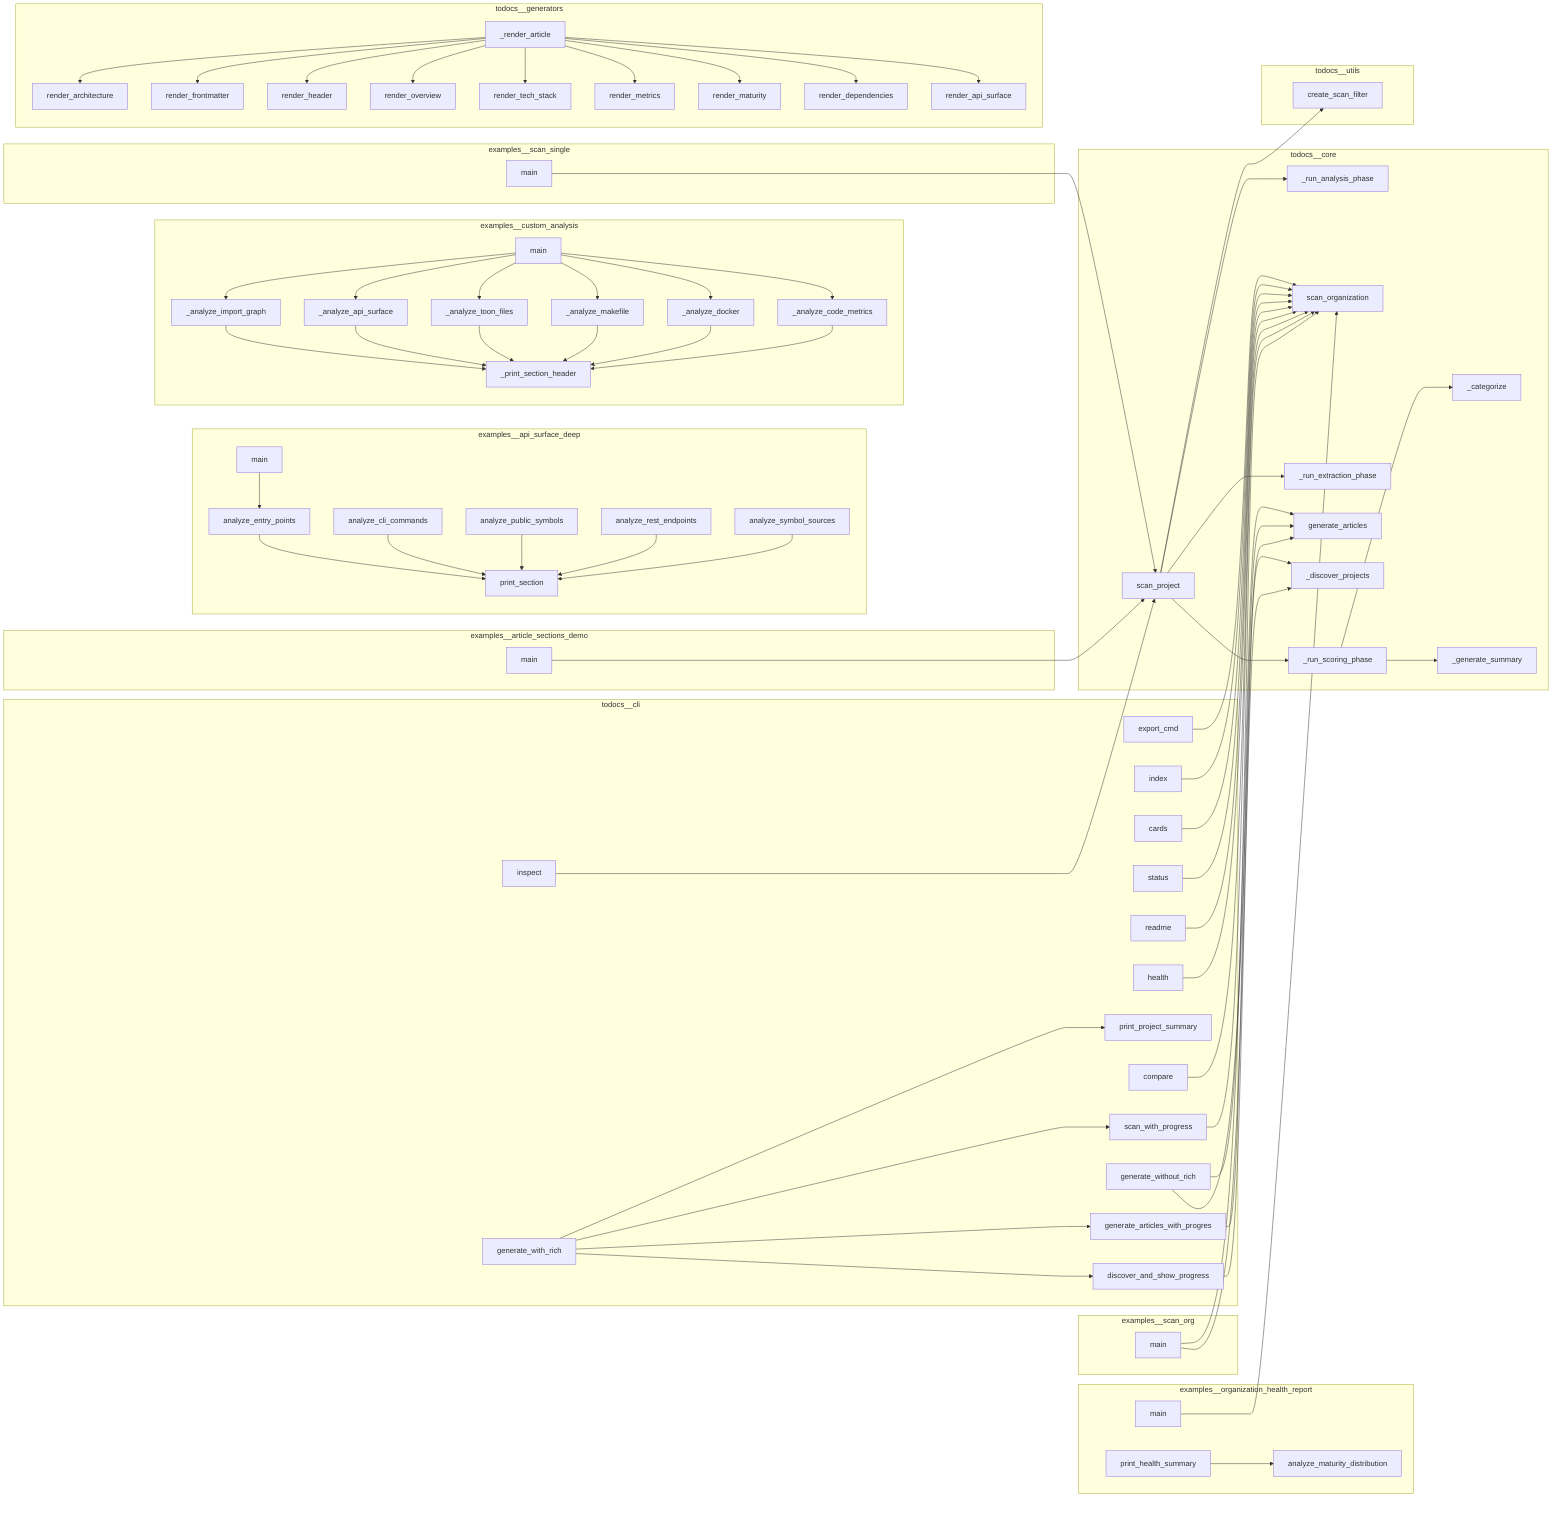
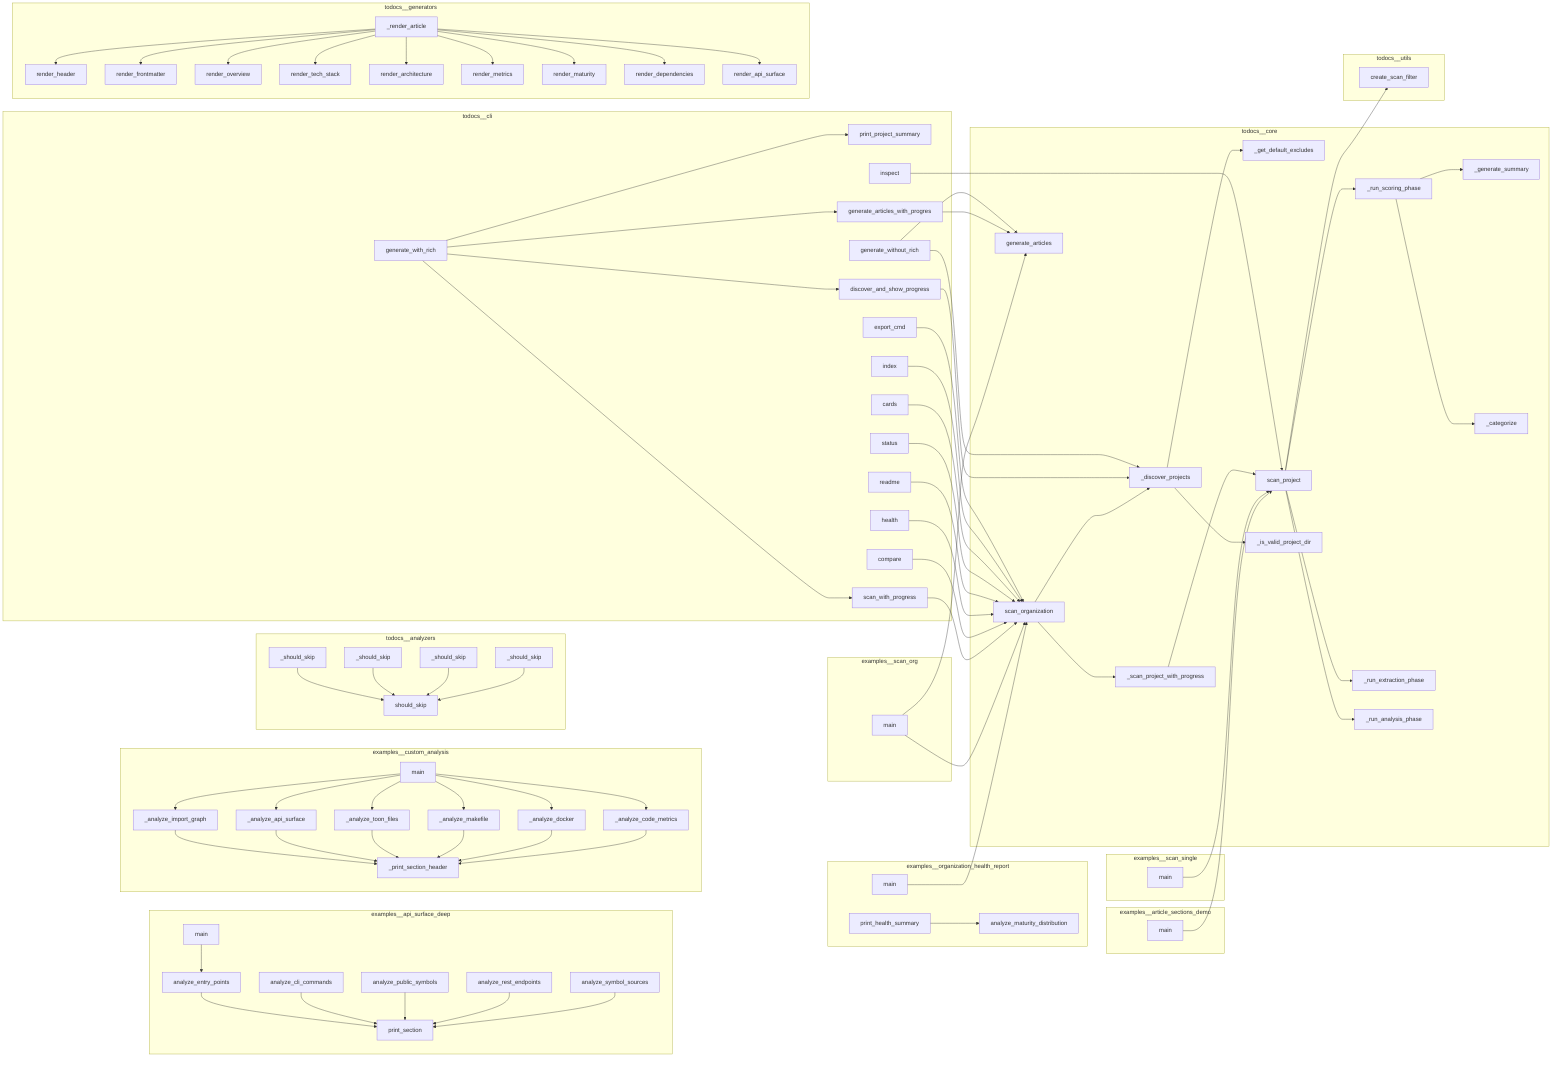
flowchart LR
    subgraph examples__api_surface_deep
        examples__api_surface_deep__main["main"]
+         examples__api_surface_deep__print_section["print_section"]
+         examples__api_surface_deep__analyze_symbol_sources["analyze_symbol_sources"]
+         examples__api_surface_deep__analyze_public_symbols["analyze_public_symbols"]
+         examples__api_surface_deep__analyze_entry_points["analyze_entry_points"]
        examples__api_surface_deep__analyze_cli_commands["analyze_cli_commands"]
-         examples__api_surface_deep__analyze_symbol_sources["analyze_symbol_sources"]
        examples__api_surface_deep__analyze_rest_endpoints["analyze_rest_endpoints"]
-         examples__api_surface_deep__analyze_public_symbols["analyze_public_symbols"]
-         examples__api_surface_deep__print_section["print_section"]
-         examples__api_surface_deep__analyze_entry_points["analyze_entry_points"]
    end
    subgraph examples__article_sections_demo
        examples__article_sections_demo__main["main"]
    end
    subgraph examples__custom_analysis
+         examples__custom_analysis__main["main"]
+         examples__custom_analysis___analyze_docker["_analyze_docker"]
+         examples__custom_analysis___analyze_import_graph["_analyze_import_graph"]
+         examples__custom_analysis___analyze_code_metrics["_analyze_code_metrics"]
        examples__custom_analysis___analyze_api_surface["_analyze_api_surface"]
+         examples__custom_analysis___analyze_toon_files["_analyze_toon_files"]
        examples__custom_analysis___print_section_header["_print_section_header"]
        examples__custom_analysis___analyze_makefile["_analyze_makefile"]
-         examples__custom_analysis___analyze_toon_files["_analyze_toon_files"]
-         examples__custom_analysis__main["main"]
-         examples__custom_analysis___analyze_code_metrics["_analyze_code_metrics"]
-         examples__custom_analysis___analyze_import_graph["_analyze_import_graph"]
-         examples__custom_analysis___analyze_docker["_analyze_docker"]
    end
    subgraph examples__organization_health_report
+         examples__organization_health_report__analyze_maturity_distribution["analyze_maturity_distribution"]
+         examples__organization_health_report__main["main"]
        examples__organization_health_report__print_health_summary["print_health_summary"]
-         examples__organization_health_report__main["main"]
-         examples__organization_health_report__analyze_maturity_distribution["analyze_maturity_distribution"]
    end
    subgraph examples__scan_org
        examples__scan_org__main["main"]
    end
    subgraph examples__scan_single
        examples__scan_single__main["main"]
    end
+     subgraph todocs__analyzers
+         todocs__analyzers__api_surface__APISurfaceAnalyzer___should_skip["_should_skip"]
+         todocs__analyzers__code_metrics__CodeMetricsAnalyzer___should_skip["_should_skip"]
+         todocs__analyzers__import_graph__ImportGraphAnalyzer___should_skip["_should_skip"]
+         todocs__analyzers__utils__should_skip["should_skip"]
+         todocs__analyzers__structure__StructureAnalyzer___should_skip["_should_skip"]
+     end
    subgraph todocs__cli
+         todocs__cli__progress__print_project_summary["print_project_summary"]
+         todocs__cli__progress__scan_with_progress["scan_with_progress"]
+         todocs__cli__progress__generate_without_rich["generate_without_rich"]
+         todocs__cli__commands__index["index"]
+         todocs__cli__progress__generate_articles_with_progress["generate_articles_with_progres"]
+         todocs__cli__progress__discover_and_show_progress["discover_and_show_progress"]
+         todocs__cli__progress__generate_with_rich["generate_with_rich"]
        todocs__cli__commands__compare["compare"]
-         todocs__cli__progress__discover_and_show_progress["discover_and_show_progress"]
-         todocs__cli__progress__generate_articles_with_progress["generate_articles_with_progres"]
-         todocs__cli__progress__scan_with_progress["scan_with_progress"]
+         todocs__cli__commands__health["health"]
+         todocs__cli__commands__status["status"]
+         todocs__cli__commands__export_cmd["export_cmd"]
+         todocs__cli__commands__inspect["inspect"]
        todocs__cli__commands__cards["cards"]
-         todocs__cli__commands__inspect["inspect"]
-         todocs__cli__progress__generate_with_rich["generate_with_rich"]
-         todocs__cli__commands__health["health"]
-         todocs__cli__progress__print_project_summary["print_project_summary"]
-         todocs__cli__commands__index["index"]
-         todocs__cli__commands__status["status"]
        todocs__cli__commands__readme["readme"]
-         todocs__cli__commands__export_cmd["export_cmd"]
-         todocs__cli__progress__generate_without_rich["generate_without_rich"]
    end
    subgraph todocs__core
+         todocs__core__scan_organization["scan_organization"]
+         todocs__core___get_default_excludes["_get_default_excludes"]
+         todocs__core___run_scoring_phase["_run_scoring_phase"]
+         todocs__core___discover_projects["_discover_projects"]
+         todocs__core___run_extraction_phase["_run_extraction_phase"]
        todocs__core__scan_project["scan_project"]
-         todocs__core___categorize["_categorize"]
        todocs__core___run_analysis_phase["_run_analysis_phase"]
        todocs__core___generate_summary["_generate_summary"]
-         todocs__core__scan_organization["scan_organization"]
-         todocs__core___run_extraction_phase["_run_extraction_phase"]
        todocs__core__generate_articles["generate_articles"]
-         todocs__core___discover_projects["_discover_projects"]
-         todocs__core___run_scoring_phase["_run_scoring_phase"]
+         todocs__core___scan_project_with_progress["_scan_project_with_progress"]
+         todocs__core___categorize["_categorize"]
+         todocs__core___is_valid_project_dir["_is_valid_project_dir"]
    end
    subgraph todocs__generators
+         todocs__generators__article_sections__render_header["render_header"]
+         todocs__generators__article_sections__render_dependencies["render_dependencies"]
+         todocs__generators__article_sections__render_frontmatter["render_frontmatter"]
+         todocs__generators__article_sections__render_metrics["render_metrics"]
+         todocs__generators__article_sections__render_tech_stack["render_tech_stack"]
        todocs__generators__article_sections__render_architecture["render_architecture"]
-         todocs__generators__article_sections__render_dependencies["render_dependencies"]
+         todocs__generators__article_sections__render_maturity["render_maturity"]
        todocs__generators__article_sections__render_overview["render_overview"]
-         todocs__generators__article_sections__render_header["render_header"]
-         todocs__generators__article_sections__render_maturity["render_maturity"]
        todocs__generators__article_sections__render_api_surface["render_api_surface"]
-         todocs__generators__article_sections__render_metrics["render_metrics"]
-         todocs__generators__article_sections__render_frontmatter["render_frontmatter"]
        todocs__generators__article__ArticleGenerator___render_article["_render_article"]
-         todocs__generators__article_sections__render_tech_stack["render_tech_stack"]
    end
    subgraph todocs__utils
        todocs__utils__create_scan_filter["create_scan_filter"]
    end
-     examples__article_sections_demo__main --> todocs__core__scan_project
-     examples__scan_single__main --> todocs__core__scan_project
-     examples__scan_org__main --> todocs__core__scan_organization
-     examples__scan_org__main --> todocs__core__generate_articles
-     examples__organization_health_report__print_health_summary --> examples__organization_health_report__analyze_maturity_distribution
-     examples__organization_health_report__main --> todocs__core__scan_organization
-     examples__api_surface_deep__analyze_entry_points --> examples__api_surface_deep__print_section
-     examples__api_surface_deep__analyze_cli_commands --> examples__api_surface_deep__print_section
-     examples__api_surface_deep__analyze_public_symbols --> examples__api_surface_deep__print_section
-     examples__api_surface_deep__analyze_rest_endpoints --> examples__api_surface_deep__print_section
-     examples__api_surface_deep__analyze_symbol_sources --> examples__api_surface_deep__print_section
-     examples__api_surface_deep__main --> examples__api_surface_deep__analyze_entry_points
    examples__custom_analysis___analyze_import_graph --> examples__custom_analysis___print_section_header
    examples__custom_analysis___analyze_api_surface --> examples__custom_analysis___print_section_header
    examples__custom_analysis___analyze_toon_files --> examples__custom_analysis___print_section_header
    examples__custom_analysis___analyze_makefile --> examples__custom_analysis___print_section_header
    examples__custom_analysis___analyze_docker --> examples__custom_analysis___print_section_header
    examples__custom_analysis___analyze_code_metrics --> examples__custom_analysis___print_section_header
    examples__custom_analysis__main --> examples__custom_analysis___analyze_import_graph
    examples__custom_analysis__main --> examples__custom_analysis___analyze_api_surface
    examples__custom_analysis__main --> examples__custom_analysis___analyze_toon_files
    examples__custom_analysis__main --> examples__custom_analysis___analyze_makefile
    examples__custom_analysis__main --> examples__custom_analysis___analyze_docker
    examples__custom_analysis__main --> examples__custom_analysis___analyze_code_metrics
+     examples__organization_health_report__print_health_summary --> examples__organization_health_report__analyze_maturity_distribution
+     examples__organization_health_report__main --> todocs__core__scan_organization
+     examples__article_sections_demo__main --> todocs__core__scan_project
+     examples__scan_single__main --> todocs__core__scan_project
+     examples__scan_org__main --> todocs__core__scan_organization
+     examples__scan_org__main --> todocs__core__generate_articles
+     examples__api_surface_deep__analyze_entry_points --> examples__api_surface_deep__print_section
+     examples__api_surface_deep__analyze_cli_commands --> examples__api_surface_deep__print_section
+     examples__api_surface_deep__analyze_public_symbols --> examples__api_surface_deep__print_section
+     examples__api_surface_deep__analyze_rest_endpoints --> examples__api_surface_deep__print_section
+     examples__api_surface_deep__analyze_symbol_sources --> examples__api_surface_deep__print_section
+     examples__api_surface_deep__main --> examples__api_surface_deep__analyze_entry_points
+     todocs__core___run_scoring_phase --> todocs__core___categorize
+     todocs__core___run_scoring_phase --> todocs__core___generate_summary
+     todocs__core__scan_project --> todocs__utils__create_scan_filter
+     todocs__core__scan_project --> todocs__core___run_extraction_phase
+     todocs__core__scan_project --> todocs__core___run_analysis_phase
+     todocs__core__scan_project --> todocs__core___run_scoring_phase
+     todocs__core___discover_projects --> todocs__core___get_default_excludes
+     todocs__core___discover_projects --> todocs__core___is_valid_project_dir
+     todocs__core___scan_project_with_progress --> todocs__core__scan_project
+     todocs__core__scan_organization --> todocs__core___discover_projects
+     todocs__core__scan_organization --> todocs__core___scan_project_with_progress
    todocs__cli__progress__discover_and_show_progress --> todocs__core___discover_projects
    todocs__cli__progress__scan_with_progress --> todocs__core__scan_organization
    todocs__cli__progress__generate_articles_with_progress --> todocs__core__generate_articles
    todocs__cli__progress__generate_with_rich --> todocs__cli__progress__discover_and_show_progress
    todocs__cli__progress__generate_with_rich --> todocs__cli__progress__print_project_summary
    todocs__cli__progress__generate_with_rich --> todocs__cli__progress__scan_with_progress
    todocs__cli__progress__generate_with_rich --> todocs__cli__progress__generate_articles_with_progress
    todocs__cli__progress__generate_without_rich --> todocs__core___discover_projects
    todocs__cli__progress__generate_without_rich --> todocs__core__generate_articles
    todocs__cli__commands__inspect --> todocs__core__scan_project
    todocs__cli__commands__compare --> todocs__core__scan_organization
    todocs__cli__commands__health --> todocs__core__scan_organization
    todocs__cli__commands__readme --> todocs__core__scan_organization
    todocs__cli__commands__status --> todocs__core__scan_organization
    todocs__cli__commands__cards --> todocs__core__scan_organization
    todocs__cli__commands__index --> todocs__core__scan_organization
    todocs__cli__commands__export_cmd --> todocs__core__scan_organization
    todocs__generators__article__ArticleGenerator___render_article --> todocs__generators__article_sections__render_frontmatter
    todocs__generators__article__ArticleGenerator___render_article --> todocs__generators__article_sections__render_header
    todocs__generators__article__ArticleGenerator___render_article --> todocs__generators__article_sections__render_overview
    todocs__generators__article__ArticleGenerator___render_article --> todocs__generators__article_sections__render_tech_stack
    todocs__generators__article__ArticleGenerator___render_article --> todocs__generators__article_sections__render_architecture
    todocs__generators__article__ArticleGenerator___render_article --> todocs__generators__article_sections__render_metrics
    todocs__generators__article__ArticleGenerator___render_article --> todocs__generators__article_sections__render_maturity
    todocs__generators__article__ArticleGenerator___render_article --> todocs__generators__article_sections__render_dependencies
    todocs__generators__article__ArticleGenerator___render_article --> todocs__generators__article_sections__render_api_surface
-     todocs__core___run_scoring_phase --> todocs__core___categorize
-     todocs__core___run_scoring_phase --> todocs__core___generate_summary
-     todocs__core__scan_project --> todocs__utils__create_scan_filter
-     todocs__core__scan_project --> todocs__core___run_extraction_phase
-     todocs__core__scan_project --> todocs__core___run_analysis_phase
-     todocs__core__scan_project --> todocs__core___run_scoring_phase
+     todocs__analyzers__structure__StructureAnalyzer___should_skip --> todocs__analyzers__utils__should_skip
+     todocs__analyzers__import_graph__ImportGraphAnalyzer___should_skip --> todocs__analyzers__utils__should_skip
+     todocs__analyzers__code_metrics__CodeMetricsAnalyzer___should_skip --> todocs__analyzers__utils__should_skip
+     todocs__analyzers__api_surface__APISurfaceAnalyzer___should_skip --> todocs__analyzers__utils__should_skip
